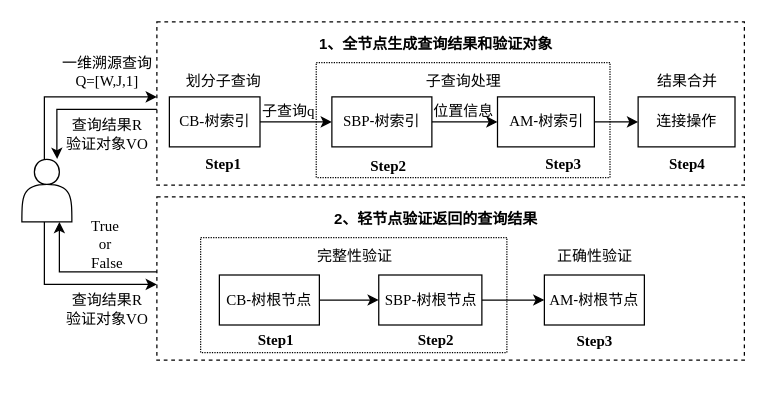
Before: page "第 27 页" (20 of 21) of 未命名绘图.drawio in jue73/7339, a draw.io diagram. Source tidied: cells renumbered, new cells numbered last; positions are measured from the earlier drawing's top-left corner, leaving out a move shared by most shapes. Both pictures are drawn from the tidied source at 125%, with x=0, y=0 at pixel (21, 21).
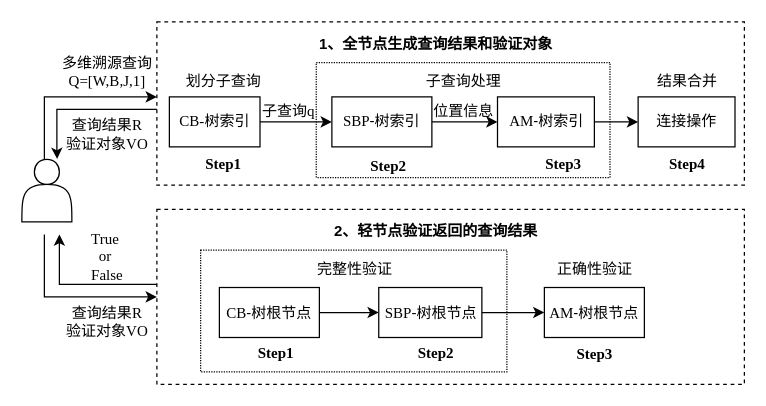
The same page after the edit.

The change refers to these unchanged cells:
```xml
<mxCell id="9" style="shape=actor;whiteSpace=wrap;html=1;" parent="1" vertex="1">
  <mxGeometry y="110" width="40" height="50" as="geometry" />
</mxCell>
```

Diff of the diagram source:
```diff
@@
-    <mxCell id="4" style="edgeStyle=orthogonalEdgeStyle;rounded=0;jettySize=auto;html=1;entryX=0.75;entryY=1;entryDx=0;entryDy=0;" parent="1" edge="1" source="5" target="9">
+    <mxCell id="4" style="edgeStyle=orthogonalEdgeStyle;rounded=0;jettySize=auto;html=1;entryX=0.75;entryY=1;entryDx=0;entryDy=0;" parent="1" edge="1" source="5">
       <mxGeometry relative="1" as="geometry">
+        <mxPoint x="30" y="170" as="targetPoint" />
         <Array as="points">
-          <mxPoint x="30" y="200" />
+          <mxPoint x="30" y="210" />
         </Array>
       </mxGeometry>
     </mxCell>
     <mxCell id="5" style="rounded=0;whiteSpace=wrap;html=1;fillColor=none;dashed=1;" parent="1" vertex="1">
-      <mxGeometry x="108" y="140" width="470" height="130.5" as="geometry" />
+      <mxGeometry x="108" y="150" width="470" height="140" as="geometry" />
     </mxCell>
     <mxCell id="6" style="rounded=0;whiteSpace=wrap;html=1;dashed=1;dashPattern=1 1;fillColor=none;" parent="1" vertex="1">
-      <mxGeometry x="143" y="172.5" width="245" height="92" as="geometry" />
+      <mxGeometry x="143" y="182.5" width="245" height="97.5" as="geometry" />
     </mxCell>
@@
-    <mxCell id="8" style="edgeStyle=orthogonalEdgeStyle;rounded=0;jettySize=auto;html=1;" parent="1" edge="1" source="9">
+    <mxCell id="8" style="edgeStyle=orthogonalEdgeStyle;rounded=0;orthogonalLoop=1;jettySize=auto;html=1;" parent="1" edge="1">
       <mxGeometry relative="1" as="geometry">
-        <mxPoint x="108" y="210" as="targetPoint" />
+        <mxPoint x="18" y="170" as="sourcePoint" />
+        <mxPoint x="108" y="220" as="targetPoint" />
         <Array as="points">
-          <mxPoint x="18" y="210" />
-          <mxPoint x="108" y="210" />
+          <mxPoint x="18" y="220" />
+          <mxPoint x="108" y="220" />
         </Array>
       </mxGeometry>
     </mxCell>
@@
-    <mxCell id="24" value="&lt;font face=&quot;宋体&quot;&gt;一维溯源查询&lt;br&gt;&lt;/font&gt;&lt;div&gt;&lt;span style=&quot;background-color: initial;&quot;&gt;&lt;font style=&quot;font-size: 12px;&quot; face=&quot;Times New Roman&quot;&gt;Q=[W,J,1]&lt;/font&gt;&lt;/span&gt;&lt;/div&gt;" style="text;html=1;align=center;verticalAlign=middle;strokeColor=none;fillColor=none;flipV=1;rotation=0;" parent="1" vertex="1">
+    <mxCell id="24" value="&lt;font face=&quot;宋体&quot;&gt;多维溯源查询&lt;br&gt;&lt;/font&gt;&lt;div&gt;&lt;span style=&quot;background-color: initial;&quot;&gt;&lt;font style=&quot;font-size: 12px;&quot; face=&quot;Times New Roman&quot;&gt;Q=[W,B,J,1]&lt;/font&gt;&lt;/span&gt;&lt;/div&gt;" style="text;html=1;align=center;verticalAlign=middle;strokeColor=none;fillColor=none;flipV=1;rotation=0;" parent="1" vertex="1">
       <mxGeometry x="18" y="20" width="100" height="40" as="geometry" />
     </mxCell>
@@
     <mxCell id="27" value="&lt;font face=&quot;Times New Roman&quot;&gt;CB&lt;/font&gt;-&lt;font face=&quot;宋体&quot;&gt;树根节点&lt;/font&gt;" style="rounded=0;whiteSpace=wrap;html=1;" parent="1" vertex="1">
-      <mxGeometry x="158" y="202.5" width="80" height="40" as="geometry" />
+      <mxGeometry x="158" y="212.5" width="80" height="40" as="geometry" />
     </mxCell>
@@
     <mxCell id="29" value="&lt;font face=&quot;Times New Roman&quot;&gt;SBP&lt;/font&gt;-&lt;font face=&quot;宋体&quot;&gt;树根节点&lt;/font&gt;" style="rounded=0;whiteSpace=wrap;html=1;" parent="1" vertex="1">
-      <mxGeometry x="285.5" y="202.5" width="82.5" height="40" as="geometry" />
+      <mxGeometry x="285.5" y="212.5" width="82.5" height="40" as="geometry" />
     </mxCell>
     <mxCell id="30" value="&lt;font face=&quot;Times New Roman&quot;&gt;AM&lt;/font&gt;-&lt;font face=&quot;宋体&quot;&gt;树根节点&lt;/font&gt;" style="rounded=0;whiteSpace=wrap;html=1;" parent="1" vertex="1">
-      <mxGeometry x="418" y="202.5" width="80" height="40" as="geometry" />
+      <mxGeometry x="418" y="212.5" width="80" height="40" as="geometry" />
     </mxCell>
     <mxCell id="31" value="&lt;b&gt;&lt;font face=&quot;Times New Roman&quot;&gt;Step1&lt;/font&gt;&lt;/b&gt;" style="text;html=1;align=center;verticalAlign=middle;strokeColor=none;fillColor=none;" parent="1" vertex="1">
-      <mxGeometry x="178" y="240" width="50" height="30" as="geometry" />
+      <mxGeometry x="178" y="250" width="50" height="30" as="geometry" />
     </mxCell>
     <mxCell id="32" value="&lt;b&gt;&lt;font face=&quot;Times New Roman&quot;&gt;Step2&lt;/font&gt;&lt;/b&gt;" style="text;html=1;align=center;verticalAlign=middle;strokeColor=none;fillColor=none;" parent="1" vertex="1">
-      <mxGeometry x="305.5" y="240" width="50" height="30" as="geometry" />
+      <mxGeometry x="305.5" y="250" width="50" height="30" as="geometry" />
     </mxCell>
     <mxCell id="33" value="&lt;b&gt;&lt;font face=&quot;Times New Roman&quot;&gt;Step3&lt;/font&gt;&lt;/b&gt;" style="text;html=1;align=center;verticalAlign=middle;strokeColor=none;fillColor=none;" parent="1" vertex="1">
-      <mxGeometry x="433" y="240.5" width="50" height="30" as="geometry" />
+      <mxGeometry x="433" y="250.5" width="50" height="30" as="geometry" />
     </mxCell>
     <mxCell id="34" value="&lt;font face=&quot;宋体&quot;&gt;完整性验证&lt;/font&gt;" style="text;html=1;align=center;verticalAlign=middle;strokeColor=none;fillColor=none;" parent="1" vertex="1">
-      <mxGeometry x="225.5" y="172.5" width="80" height="30" as="geometry" />
+      <mxGeometry x="225.5" y="182.5" width="80" height="30" as="geometry" />
     </mxCell>
     <mxCell id="35" value="&lt;font face=&quot;宋体&quot;&gt;正确性验证&lt;/font&gt;" style="text;html=1;align=center;verticalAlign=middle;strokeColor=none;fillColor=none;" parent="1" vertex="1">
-      <mxGeometry x="418" y="172.5" width="80" height="30" as="geometry" />
+      <mxGeometry x="418" y="182.5" width="80" height="30" as="geometry" />
     </mxCell>
     <mxCell id="36" value="&lt;b&gt;&lt;font face=&quot;宋体&quot;&gt;2、轻节点验证返回的查询结果&lt;/font&gt;&lt;/b&gt;" style="text;html=1;align=center;verticalAlign=middle;strokeColor=none;fillColor=none;" parent="1" vertex="1">
-      <mxGeometry x="235.5" y="142.5" width="190" height="30" as="geometry" />
+      <mxGeometry x="235.5" y="152.5" width="190" height="30" as="geometry" />
     </mxCell>
@@
     <mxCell id="38" value="&lt;font face=&quot;宋体&quot;&gt;查询结果&lt;/font&gt;&lt;font face=&quot;Times New Roman&quot;&gt;R&lt;/font&gt;&lt;div&gt;&lt;font face=&quot;宋体&quot;&gt;验证对象&lt;/font&gt;&lt;font face=&quot;Times New Roman&quot;&gt;VO&lt;/font&gt;&lt;/div&gt;" style="text;html=1;align=center;verticalAlign=middle;strokeColor=none;fillColor=none;" parent="1" vertex="1">
-      <mxGeometry x="23" y="210" width="90" height="40" as="geometry" />
+      <mxGeometry x="23" y="220" width="90" height="40" as="geometry" />
     </mxCell>
     <mxCell id="39" value="&lt;font face=&quot;Times New Roman&quot;&gt;True&amp;nbsp;&lt;/font&gt;&lt;div&gt;&lt;font face=&quot;Times New Roman&quot;&gt;or&amp;nbsp;&lt;/font&gt;&lt;/div&gt;&lt;div&gt;&lt;font face=&quot;Times New Roman&quot;&gt;False&lt;/font&gt;&lt;/div&gt;" style="text;html=1;align=center;verticalAlign=middle;strokeColor=none;fillColor=none;" parent="1" vertex="1">
-      <mxGeometry x="43" y="148" width="50" height="60" as="geometry" />
+      <mxGeometry x="43" y="158" width="50" height="60" as="geometry" />
     </mxCell>
```
